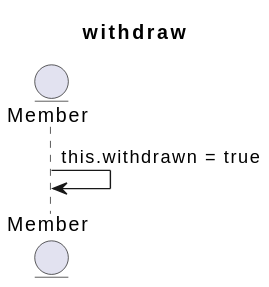
Above: document/puml/domain/membercontext/withdraw.svg in SimpleBoardTeam/simpleBoard-server (PlantUML), before the change.
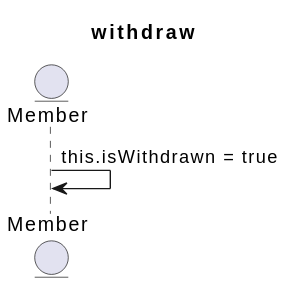
After the change.

What changed in the source:
```diff
@@ -2,5 +2,5 @@
 title withdraw
 
 entity Member
-Member -> Member : this.withdrawn = true
+Member -> Member : this.isWithdrawn = true
 @enduml
```
